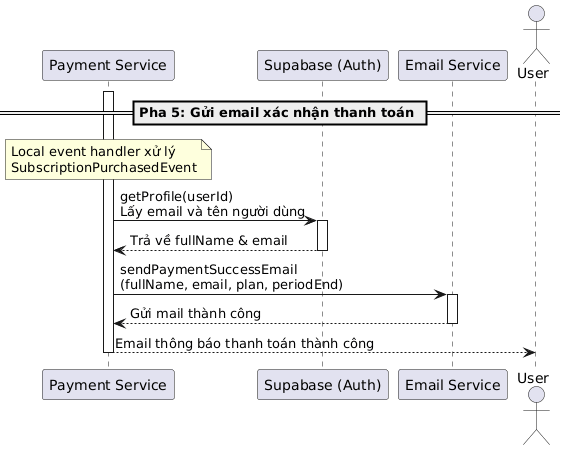
20206205Tech/docs-uml keeps this PlantUML diagram as temp/05-sequence/UML-Sequence-33.png. Above is the earlier version.
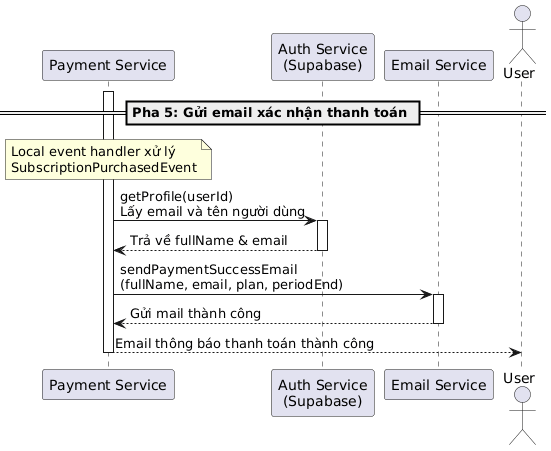
The same file after the commit.

Diff of the diagram source:
```diff
@@ -1,6 +1,6 @@
 @startuml
 participant "Payment Service" as PaymentService
-participant "Supabase (Auth)" as Supabase
+participant "Auth Service\n(Supabase)" as AuthService
 participant "Email Service" as Email
 actor "User" as User
 
@@ -9,10 +9,10 @@
 note over PaymentService: Local event handler xử lý\nSubscriptionPurchasedEvent
 activate PaymentService
 
-PaymentService -> Supabase: getProfile(userId)\nLấy email và tên người dùng
-activate Supabase
-Supabase --> PaymentService: Trả về fullName & email
-deactivate Supabase
+PaymentService -> AuthService: getProfile(userId)\nLấy email và tên người dùng
+activate AuthService
+AuthService --> PaymentService: Trả về fullName & email
+deactivate AuthService
 
 PaymentService -> Email: sendPaymentSuccessEmail\n(fullName, email, plan, periodEnd)
 activate Email
```
